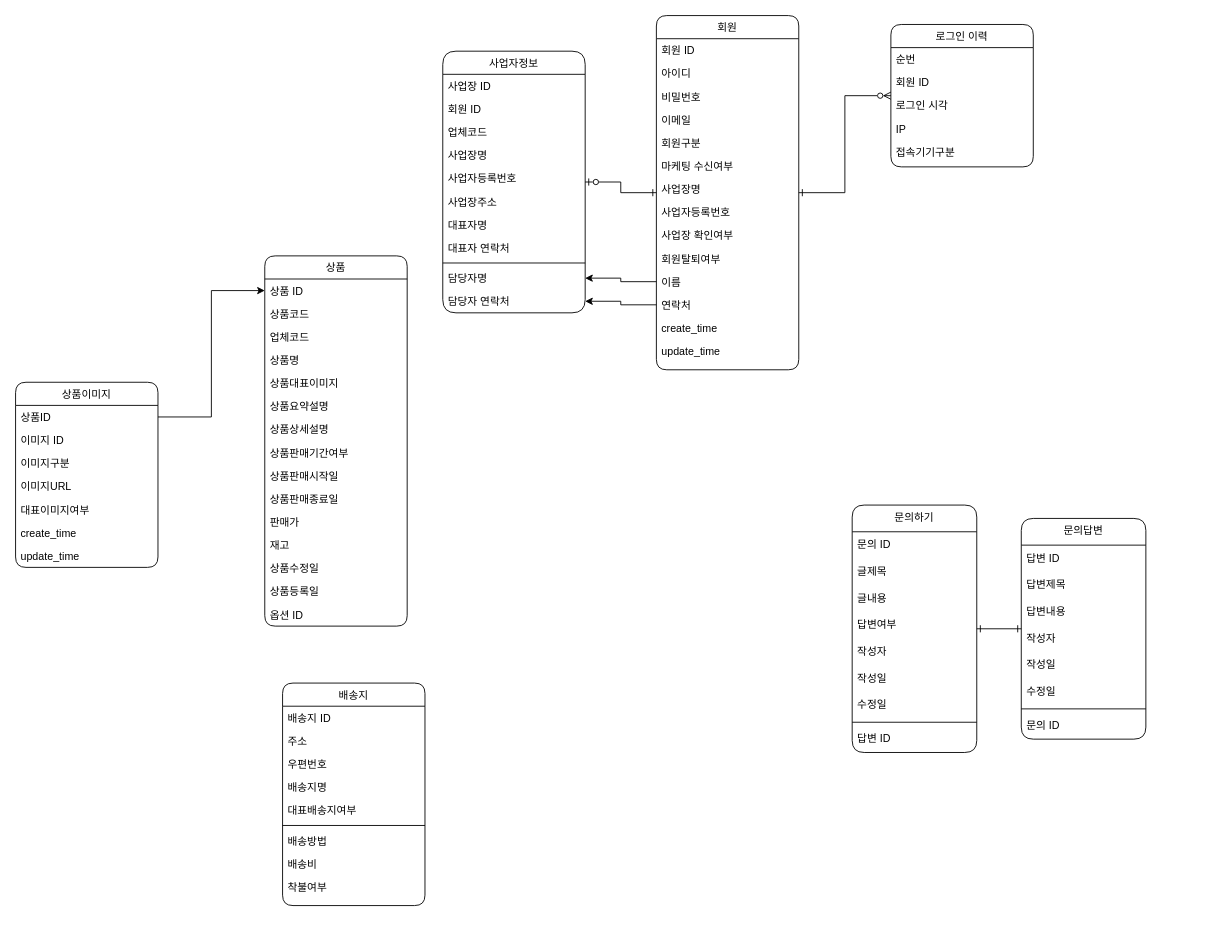
Earlier version of the draw.io diagram client/src/store/제목 없는 다이어그램.drawio (jenny-han/jjegot-cafe24). Source tidied: cells renumbered, new cells numbered last; positions are measured from the earlier drawing's top-left corner, leaving out a move shared by most shapes. Both pictures are drawn from the tidied source at 89%, with x=0, y=0 at pixel (15, 15).
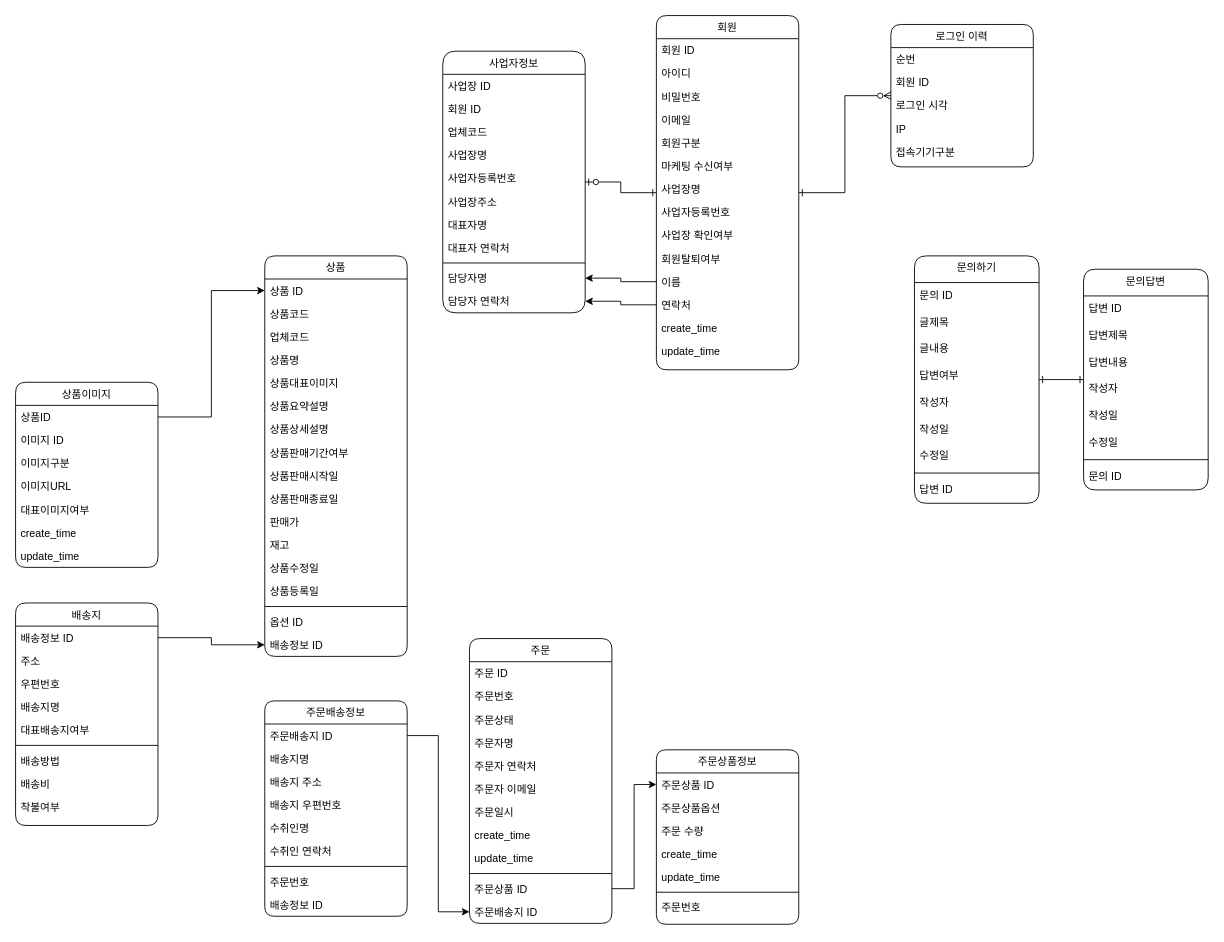
Above is the later version.

Commit message:
주문정보 추가

The edit, as a diff of the source:
```diff
@@
     <mxCell id="17" value="배송지" style="swimlane;fontStyle=0;align=center;verticalAlign=top;horizontal=1;startSize=26;rounded=1;shadow=0;strokeWidth=1;labelBackgroundColor=none;" parent="1" vertex="1">
-      <mxGeometry x="300" y="750" width="160" height="250" as="geometry" />
+      <mxGeometry y="660" width="160" height="250" as="geometry" />
     </mxCell>
-    <mxCell id="18" value="배송지 ID" style="text;align=left;verticalAlign=top;spacingLeft=4;spacingRight=4;overflow=hidden;points=[[0,0.5],[1,0.5]];portConstraint=eastwest;rounded=1;labelBackgroundColor=none;" parent="17" vertex="1">
+    <mxCell id="18" value="배송정보 ID" style="text;align=left;verticalAlign=top;spacingLeft=4;spacingRight=4;overflow=hidden;points=[[0,0.5],[1,0.5]];portConstraint=eastwest;rounded=1;labelBackgroundColor=none;" parent="17" vertex="1">
       <mxGeometry y="26" width="160" height="26" as="geometry" />
     </mxCell>
@@
     <mxCell id="39" value="상품" style="swimlane;fontStyle=0;align=center;verticalAlign=top;horizontal=1;startSize=26;rounded=1;shadow=0;strokeWidth=1;labelBackgroundColor=none;" parent="1" vertex="1">
-      <mxGeometry x="280" y="270" width="160" height="416" as="geometry" />
+      <mxGeometry x="280" y="270" width="160" height="450" as="geometry" />
     </mxCell>
@@
+    <mxCell id="94" style="line;html=1;strokeWidth=1;align=left;verticalAlign=middle;spacingTop=-1;spacingLeft=3;spacingRight=3;labelPosition=right;rounded=1;labelBackgroundColor=none;" parent="39" vertex="1">
+      <mxGeometry y="390" width="160" height="8" as="geometry" />
+    </mxCell>
     <mxCell id="54" value="옵션 ID" style="text;align=left;verticalAlign=top;spacingLeft=4;spacingRight=4;overflow=hidden;rounded=1;labelBackgroundColor=none;" parent="39" vertex="1">
-      <mxGeometry y="390" width="160" height="26" as="geometry" />
+      <mxGeometry y="398" width="160" height="26" as="geometry" />
     </mxCell>
+    <mxCell id="95" value="배송정보 ID" style="text;align=left;verticalAlign=top;spacingLeft=4;spacingRight=4;overflow=hidden;points=[[0,0.5],[1,0.5]];portConstraint=eastwest;rounded=1;labelBackgroundColor=none;" parent="39" vertex="1">
+      <mxGeometry y="424" width="160" height="26" as="geometry" />
+    </mxCell>
@@
     <mxCell id="66" value="문의하기" style="swimlane;fontStyle=0;horizontal=1;startSize=30;whiteSpace=wrap;html=1;rounded=1;shadow=0;strokeColor=default;strokeWidth=1;align=center;verticalAlign=top;fontFamily=Helvetica;fontSize=12;fontColor=default;labelBackgroundColor=none;fillColor=default;" parent="1" vertex="1">
-      <mxGeometry x="940" y="550" width="140" height="278" as="geometry" />
+      <mxGeometry x="1010" y="270" width="140" height="278" as="geometry" />
     </mxCell>
@@
     <mxCell id="76" value="문의답변" style="swimlane;fontStyle=0;horizontal=1;startSize=30;whiteSpace=wrap;html=1;rounded=1;shadow=0;strokeColor=default;strokeWidth=1;align=center;verticalAlign=top;fontFamily=Helvetica;fontSize=12;fontColor=default;labelBackgroundColor=none;fillColor=default;" parent="1" vertex="1">
-      <mxGeometry x="1130" y="565" width="140" height="248" as="geometry" />
+      <mxGeometry x="1200" y="285" width="140" height="248" as="geometry" />
     </mxCell>
@@
+    <mxCell id="96" value="주문" style="swimlane;fontStyle=0;align=center;verticalAlign=top;horizontal=1;startSize=26;rounded=1;shadow=0;strokeWidth=1;labelBackgroundColor=none;" parent="1" vertex="1">
+      <mxGeometry x="510" y="700" width="160" height="320" as="geometry" />
+    </mxCell>
+    <mxCell id="97" value="주문 ID" style="text;align=left;verticalAlign=top;spacingLeft=4;spacingRight=4;overflow=hidden;rounded=1;labelBackgroundColor=none;" parent="96" vertex="1">
+      <mxGeometry y="26" width="160" height="26" as="geometry" />
+    </mxCell>
+    <mxCell id="98" value="주문번호" style="text;align=left;verticalAlign=top;spacingLeft=4;spacingRight=4;overflow=hidden;rounded=1;shadow=0;html=0;labelBackgroundColor=none;" parent="96" vertex="1">
+      <mxGeometry y="52" width="160" height="26" as="geometry" />
+    </mxCell>
+    <mxCell id="99" value="주문상태" style="text;align=left;verticalAlign=top;spacingLeft=4;spacingRight=4;overflow=hidden;rounded=1;shadow=0;html=0;labelBackgroundColor=none;" parent="96" vertex="1">
+      <mxGeometry y="78" width="160" height="26" as="geometry" />
+    </mxCell>
+    <mxCell id="100" value="주문자명" style="text;align=left;verticalAlign=top;spacingLeft=4;spacingRight=4;overflow=hidden;rounded=1;shadow=0;html=0;labelBackgroundColor=none;" parent="96" vertex="1">
+      <mxGeometry y="104" width="160" height="26" as="geometry" />
+    </mxCell>
+    <mxCell id="101" value="주문자 연락처" style="text;align=left;verticalAlign=top;spacingLeft=4;spacingRight=4;overflow=hidden;rounded=1;shadow=0;html=0;labelBackgroundColor=none;" parent="96" vertex="1">
+      <mxGeometry y="130" width="160" height="26" as="geometry" />
+    </mxCell>
+    <mxCell id="102" value="주문자 이메일" style="text;align=left;verticalAlign=top;spacingLeft=4;spacingRight=4;overflow=hidden;rounded=1;shadow=0;html=0;labelBackgroundColor=none;" parent="96" vertex="1">
+      <mxGeometry y="156" width="160" height="26" as="geometry" />
+    </mxCell>
+    <mxCell id="103" value="주문일시" style="text;align=left;verticalAlign=top;spacingLeft=4;spacingRight=4;overflow=hidden;rounded=1;shadow=0;html=0;labelBackgroundColor=none;" parent="96" vertex="1">
+      <mxGeometry y="182" width="160" height="26" as="geometry" />
+    </mxCell>
+    <mxCell id="104" value="create_time" style="text;align=left;verticalAlign=top;spacingLeft=4;spacingRight=4;overflow=hidden;rounded=1;shadow=0;html=0;labelBackgroundColor=none;" parent="96" vertex="1">
+      <mxGeometry y="208" width="160" height="26" as="geometry" />
+    </mxCell>
+    <mxCell id="105" value="update_time" style="text;align=left;verticalAlign=top;spacingLeft=4;spacingRight=4;overflow=hidden;rounded=1;shadow=0;html=0;labelBackgroundColor=none;" parent="96" vertex="1">
+      <mxGeometry y="234" width="160" height="26" as="geometry" />
+    </mxCell>
+    <mxCell id="106" style="line;html=1;strokeWidth=1;align=left;verticalAlign=middle;spacingTop=-1;spacingLeft=3;spacingRight=3;labelPosition=right;rounded=1;labelBackgroundColor=none;" parent="96" vertex="1">
+      <mxGeometry y="260" width="160" height="8" as="geometry" />
+    </mxCell>
+    <mxCell id="107" value="주문상품 ID" style="text;align=left;verticalAlign=top;spacingLeft=4;spacingRight=4;overflow=hidden;points=[[0,0.5],[1,0.5]];portConstraint=eastwest;rounded=1;labelBackgroundColor=none;" parent="96" vertex="1">
+      <mxGeometry y="268" width="160" height="26" as="geometry" />
+    </mxCell>
+    <mxCell id="108" value="주문배송지 ID" style="text;align=left;verticalAlign=top;spacingLeft=4;spacingRight=4;overflow=hidden;points=[[0,0.5],[1,0.5]];portConstraint=eastwest;rounded=1;labelBackgroundColor=none;" parent="96" vertex="1">
+      <mxGeometry y="294" width="160" height="26" as="geometry" />
+    </mxCell>
+    <mxCell id="109" value="주문상품정보" style="swimlane;fontStyle=0;align=center;verticalAlign=top;horizontal=1;startSize=26;rounded=1;shadow=0;strokeWidth=1;labelBackgroundColor=none;arcSize=14;" parent="1" vertex="1">
+      <mxGeometry x="720" y="825" width="160" height="196" as="geometry" />
+    </mxCell>
+    <mxCell id="110" value="주문상품 ID" style="text;align=left;verticalAlign=top;spacingLeft=4;spacingRight=4;overflow=hidden;points=[[0,0.5],[1,0.5]];portConstraint=eastwest;rounded=1;labelBackgroundColor=none;" parent="109" vertex="1">
+      <mxGeometry y="26" width="160" height="26" as="geometry" />
+    </mxCell>
+    <mxCell id="111" value="주문상품옵션" style="text;align=left;verticalAlign=top;spacingLeft=4;spacingRight=4;overflow=hidden;rounded=1;labelBackgroundColor=none;" parent="109" vertex="1">
+      <mxGeometry y="52" width="160" height="26" as="geometry" />
+    </mxCell>
+    <mxCell id="112" value="주문 수량" style="text;align=left;verticalAlign=top;spacingLeft=4;spacingRight=4;overflow=hidden;rounded=1;labelBackgroundColor=none;" parent="109" vertex="1">
+      <mxGeometry y="78" width="160" height="26" as="geometry" />
+    </mxCell>
+    <mxCell id="113" value="create_time" style="text;align=left;verticalAlign=top;spacingLeft=4;spacingRight=4;overflow=hidden;rounded=1;shadow=0;html=0;labelBackgroundColor=none;" parent="109" vertex="1">
+      <mxGeometry y="104" width="160" height="26" as="geometry" />
+    </mxCell>
+    <mxCell id="114" value="update_time" style="text;align=left;verticalAlign=top;spacingLeft=4;spacingRight=4;overflow=hidden;rounded=1;shadow=0;html=0;labelBackgroundColor=none;" parent="109" vertex="1">
+      <mxGeometry y="130" width="160" height="26" as="geometry" />
+    </mxCell>
+    <mxCell id="115" style="line;html=1;strokeWidth=1;align=left;verticalAlign=middle;spacingTop=-1;spacingLeft=3;spacingRight=3;labelPosition=right;rounded=1;labelBackgroundColor=none;" parent="109" vertex="1">
+      <mxGeometry y="156" width="160" height="8" as="geometry" />
+    </mxCell>
+    <mxCell id="116" value="주문번호" style="text;align=left;verticalAlign=top;spacingLeft=4;spacingRight=4;overflow=hidden;rounded=1;shadow=0;html=0;labelBackgroundColor=none;" parent="109" vertex="1">
+      <mxGeometry y="164" width="160" height="26" as="geometry" />
+    </mxCell>
+    <mxCell id="117" style="edgeStyle=orthogonalEdgeStyle;rounded=0;jettySize=auto;html=1;exitX=1;exitY=0.5;exitDx=0;exitDy=0;entryX=0;entryY=0.5;entryDx=0;entryDy=0;" parent="1" edge="1" source="18" target="95">
+      <mxGeometry relative="1" as="geometry" />
+    </mxCell>
+    <mxCell id="118" value="주문배송정보" style="swimlane;fontStyle=0;align=center;verticalAlign=top;horizontal=1;startSize=26;rounded=1;shadow=0;strokeWidth=1;labelBackgroundColor=none;arcSize=14;" parent="1" vertex="1">
+      <mxGeometry x="280" y="770" width="160" height="242" as="geometry" />
+    </mxCell>
+    <mxCell id="119" value="주문배송지 ID" style="text;align=left;verticalAlign=top;spacingLeft=4;spacingRight=4;overflow=hidden;points=[[0,0.5],[1,0.5]];portConstraint=eastwest;rounded=1;labelBackgroundColor=none;" parent="118" vertex="1">
+      <mxGeometry y="26" width="160" height="26" as="geometry" />
+    </mxCell>
+    <mxCell id="120" value="배송지명" style="text;align=left;verticalAlign=top;spacingLeft=4;spacingRight=4;overflow=hidden;rounded=1;labelBackgroundColor=none;" parent="118" vertex="1">
+      <mxGeometry y="52" width="160" height="26" as="geometry" />
+    </mxCell>
+    <mxCell id="121" value="배송지 주소" style="text;align=left;verticalAlign=top;spacingLeft=4;spacingRight=4;overflow=hidden;rounded=1;labelBackgroundColor=none;" parent="118" vertex="1">
+      <mxGeometry y="78" width="160" height="26" as="geometry" />
+    </mxCell>
+    <mxCell id="122" value="배송지 우편번호" style="text;align=left;verticalAlign=top;spacingLeft=4;spacingRight=4;overflow=hidden;rounded=1;shadow=0;html=0;labelBackgroundColor=none;" parent="118" vertex="1">
+      <mxGeometry y="104" width="160" height="26" as="geometry" />
+    </mxCell>
+    <mxCell id="123" value="수취인명" style="text;align=left;verticalAlign=top;spacingLeft=4;spacingRight=4;overflow=hidden;rounded=1;shadow=0;html=0;labelBackgroundColor=none;" parent="118" vertex="1">
+      <mxGeometry y="130" width="160" height="26" as="geometry" />
+    </mxCell>
+    <mxCell id="124" value="수취인 연락처" style="text;align=left;verticalAlign=top;spacingLeft=4;spacingRight=4;overflow=hidden;rounded=1;shadow=0;html=0;labelBackgroundColor=none;" parent="118" vertex="1">
+      <mxGeometry y="156" width="160" height="26" as="geometry" />
+    </mxCell>
+    <mxCell id="125" style="line;html=1;strokeWidth=1;align=left;verticalAlign=middle;spacingTop=-1;spacingLeft=3;spacingRight=3;labelPosition=right;rounded=1;labelBackgroundColor=none;" parent="118" vertex="1">
+      <mxGeometry y="182" width="160" height="8" as="geometry" />
+    </mxCell>
+    <mxCell id="126" value="주문번호" style="text;align=left;verticalAlign=top;spacingLeft=4;spacingRight=4;overflow=hidden;rounded=1;shadow=0;html=0;labelBackgroundColor=none;" parent="118" vertex="1">
+      <mxGeometry y="190" width="160" height="26" as="geometry" />
+    </mxCell>
+    <mxCell id="127" value="배송정보 ID" style="text;align=left;verticalAlign=top;spacingLeft=4;spacingRight=4;overflow=hidden;rounded=1;shadow=0;html=0;labelBackgroundColor=none;" parent="118" vertex="1">
+      <mxGeometry y="216" width="160" height="26" as="geometry" />
+    </mxCell>
+    <mxCell id="128" style="edgeStyle=orthogonalEdgeStyle;rounded=0;jettySize=auto;html=1;exitX=1;exitY=0.5;exitDx=0;exitDy=0;entryX=0;entryY=0.5;entryDx=0;entryDy=0;" parent="1" edge="1" source="119" target="108">
+      <mxGeometry relative="1" as="geometry" />
+    </mxCell>
+    <mxCell id="129" style="edgeStyle=orthogonalEdgeStyle;rounded=0;jettySize=auto;html=1;exitX=1;exitY=0.5;exitDx=0;exitDy=0;entryX=0;entryY=0.5;entryDx=0;entryDy=0;" parent="1" edge="1" source="107" target="110">
+      <mxGeometry relative="1" as="geometry" />
+    </mxCell>
```
